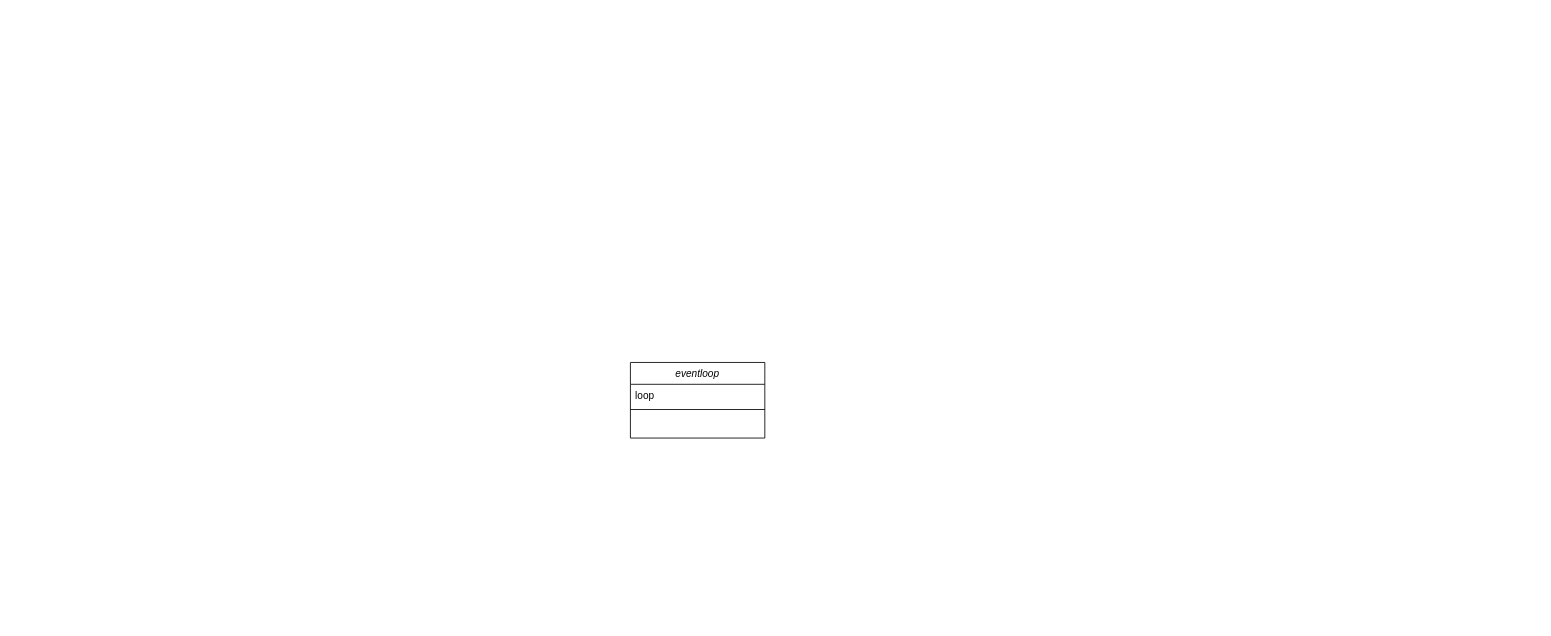
Ginkgowind/drawio keeps this draw.io diagram as 未命名绘图.drawio. Above is the earlier version. Source tidied: cells renumbered, new cells numbered last; positions are measured from the earlier drawing's top-left corner, leaving out a move shared by most shapes. Both pictures are drawn from the tidied source at 84%, with x=0, y=0 at pixel (630, 362).
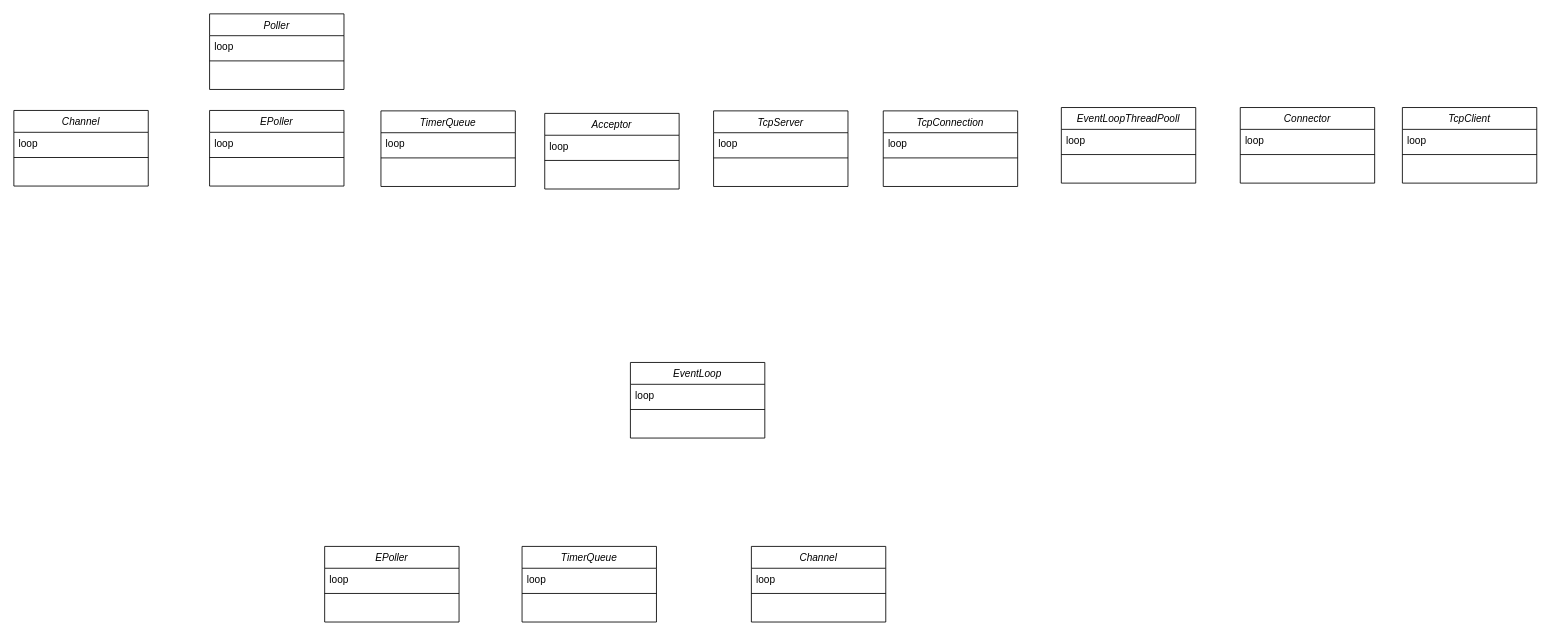
The same page after the edit.

Change to the diagram source:
```diff
@@
-    <mxCell id="2" value="eventloop" style="swimlane;fontStyle=2;align=center;verticalAlign=top;horizontal=1;startSize=26;rounded=0;shadow=0;strokeWidth=1;" parent="1" vertex="1">
+    <mxCell id="2" value="EventLoop" style="swimlane;fontStyle=2;align=center;verticalAlign=top;horizontal=1;startSize=26;rounded=0;shadow=0;strokeWidth=1;" parent="1" vertex="1">
       <mxGeometry width="160" height="90" as="geometry" />
     </mxCell>
@@
+    <mxCell id="5" value="Channel" style="swimlane;fontStyle=2;align=center;verticalAlign=top;horizontal=1;startSize=26;rounded=0;shadow=0;strokeWidth=1;" parent="1" vertex="1">
+      <mxGeometry x="-734" y="-300" width="160" height="90" as="geometry" />
+    </mxCell>
+    <mxCell id="6" value="loop" style="text;align=left;verticalAlign=top;spacingLeft=4;spacingRight=4;overflow=hidden;" parent="5" vertex="1">
+      <mxGeometry y="26" width="160" height="26" as="geometry" />
+    </mxCell>
+    <mxCell id="7" style="line;html=1;strokeWidth=1;align=left;verticalAlign=middle;spacingTop=-1;spacingLeft=3;spacingRight=3;labelPosition=right;" parent="5" vertex="1">
+      <mxGeometry y="52" width="160" height="8" as="geometry" />
+    </mxCell>
+    <mxCell id="8" value="EventLoopThreadPooll" style="swimlane;fontStyle=2;align=center;verticalAlign=top;horizontal=1;startSize=26;rounded=0;shadow=0;strokeWidth=1;" parent="1" vertex="1">
+      <mxGeometry x="513" y="-303.5" width="160" height="90" as="geometry" />
+    </mxCell>
+    <mxCell id="9" value="loop" style="text;align=left;verticalAlign=top;spacingLeft=4;spacingRight=4;overflow=hidden;" parent="8" vertex="1">
+      <mxGeometry y="26" width="160" height="26" as="geometry" />
+    </mxCell>
+    <mxCell id="10" style="line;html=1;strokeWidth=1;align=left;verticalAlign=middle;spacingTop=-1;spacingLeft=3;spacingRight=3;labelPosition=right;" parent="8" vertex="1">
+      <mxGeometry y="52" width="160" height="8" as="geometry" />
+    </mxCell>
+    <mxCell id="11" value="TcpConnection" style="swimlane;fontStyle=2;align=center;verticalAlign=top;horizontal=1;startSize=26;rounded=0;shadow=0;strokeWidth=1;" parent="1" vertex="1">
+      <mxGeometry x="301" y="-299.5" width="160" height="90" as="geometry" />
+    </mxCell>
+    <mxCell id="12" value="loop" style="text;align=left;verticalAlign=top;spacingLeft=4;spacingRight=4;overflow=hidden;" parent="11" vertex="1">
+      <mxGeometry y="26" width="160" height="26" as="geometry" />
+    </mxCell>
+    <mxCell id="13" style="line;html=1;strokeWidth=1;align=left;verticalAlign=middle;spacingTop=-1;spacingLeft=3;spacingRight=3;labelPosition=right;" parent="11" vertex="1">
+      <mxGeometry y="52" width="160" height="8" as="geometry" />
+    </mxCell>
+    <mxCell id="14" value="TcpServer" style="swimlane;fontStyle=2;align=center;verticalAlign=top;horizontal=1;startSize=26;rounded=0;shadow=0;strokeWidth=1;" parent="1" vertex="1">
+      <mxGeometry x="99" y="-299.5" width="160" height="90" as="geometry" />
+    </mxCell>
+    <mxCell id="15" value="loop" style="text;align=left;verticalAlign=top;spacingLeft=4;spacingRight=4;overflow=hidden;" parent="14" vertex="1">
+      <mxGeometry y="26" width="160" height="26" as="geometry" />
+    </mxCell>
+    <mxCell id="16" style="line;html=1;strokeWidth=1;align=left;verticalAlign=middle;spacingTop=-1;spacingLeft=3;spacingRight=3;labelPosition=right;" parent="14" vertex="1">
+      <mxGeometry y="52" width="160" height="8" as="geometry" />
+    </mxCell>
+    <mxCell id="17" value="Acceptor" style="swimlane;fontStyle=2;align=center;verticalAlign=top;horizontal=1;startSize=26;rounded=0;shadow=0;strokeWidth=1;" parent="1" vertex="1">
+      <mxGeometry x="-102" y="-296.5" width="160" height="90" as="geometry" />
+    </mxCell>
+    <mxCell id="18" value="loop" style="text;align=left;verticalAlign=top;spacingLeft=4;spacingRight=4;overflow=hidden;" parent="17" vertex="1">
+      <mxGeometry y="26" width="160" height="26" as="geometry" />
+    </mxCell>
+    <mxCell id="19" style="line;html=1;strokeWidth=1;align=left;verticalAlign=middle;spacingTop=-1;spacingLeft=3;spacingRight=3;labelPosition=right;" parent="17" vertex="1">
+      <mxGeometry y="52" width="160" height="8" as="geometry" />
+    </mxCell>
+    <mxCell id="20" value="EPoller" style="swimlane;fontStyle=2;align=center;verticalAlign=top;horizontal=1;startSize=26;rounded=0;shadow=0;strokeWidth=1;" parent="1" vertex="1">
+      <mxGeometry x="-501" y="-300" width="160" height="90" as="geometry" />
+    </mxCell>
+    <mxCell id="21" value="loop" style="text;align=left;verticalAlign=top;spacingLeft=4;spacingRight=4;overflow=hidden;" parent="20" vertex="1">
+      <mxGeometry y="26" width="160" height="26" as="geometry" />
+    </mxCell>
+    <mxCell id="22" style="line;html=1;strokeWidth=1;align=left;verticalAlign=middle;spacingTop=-1;spacingLeft=3;spacingRight=3;labelPosition=right;" parent="20" vertex="1">
+      <mxGeometry y="52" width="160" height="8" as="geometry" />
+    </mxCell>
+    <mxCell id="23" value="Poller" style="swimlane;fontStyle=2;align=center;verticalAlign=top;horizontal=1;startSize=26;rounded=0;shadow=0;strokeWidth=1;" parent="1" vertex="1">
+      <mxGeometry x="-501" y="-415" width="160" height="90" as="geometry" />
+    </mxCell>
+    <mxCell id="24" value="loop" style="text;align=left;verticalAlign=top;spacingLeft=4;spacingRight=4;overflow=hidden;" parent="23" vertex="1">
+      <mxGeometry y="26" width="160" height="26" as="geometry" />
+    </mxCell>
+    <mxCell id="25" style="line;html=1;strokeWidth=1;align=left;verticalAlign=middle;spacingTop=-1;spacingLeft=3;spacingRight=3;labelPosition=right;" parent="23" vertex="1">
+      <mxGeometry y="52" width="160" height="8" as="geometry" />
+    </mxCell>
+    <mxCell id="26" value="TcpClient" style="swimlane;fontStyle=2;align=center;verticalAlign=top;horizontal=1;startSize=26;rounded=0;shadow=0;strokeWidth=1;" parent="1" vertex="1">
+      <mxGeometry x="919" y="-303.5" width="160" height="90" as="geometry" />
+    </mxCell>
+    <mxCell id="27" value="loop" style="text;align=left;verticalAlign=top;spacingLeft=4;spacingRight=4;overflow=hidden;" parent="26" vertex="1">
+      <mxGeometry y="26" width="160" height="26" as="geometry" />
+    </mxCell>
+    <mxCell id="28" style="line;html=1;strokeWidth=1;align=left;verticalAlign=middle;spacingTop=-1;spacingLeft=3;spacingRight=3;labelPosition=right;" parent="26" vertex="1">
+      <mxGeometry y="52" width="160" height="8" as="geometry" />
+    </mxCell>
+    <mxCell id="29" value="Connector" style="swimlane;fontStyle=2;align=center;verticalAlign=top;horizontal=1;startSize=26;rounded=0;shadow=0;strokeWidth=1;" parent="1" vertex="1">
+      <mxGeometry x="726" y="-303.5" width="160" height="90" as="geometry" />
+    </mxCell>
+    <mxCell id="30" value="loop" style="text;align=left;verticalAlign=top;spacingLeft=4;spacingRight=4;overflow=hidden;" parent="29" vertex="1">
+      <mxGeometry y="26" width="160" height="26" as="geometry" />
+    </mxCell>
+    <mxCell id="31" style="line;html=1;strokeWidth=1;align=left;verticalAlign=middle;spacingTop=-1;spacingLeft=3;spacingRight=3;labelPosition=right;" parent="29" vertex="1">
+      <mxGeometry y="52" width="160" height="8" as="geometry" />
+    </mxCell>
+    <mxCell id="32" value="EPoller" style="swimlane;fontStyle=2;align=center;verticalAlign=top;horizontal=1;startSize=26;rounded=0;shadow=0;strokeWidth=1;" parent="1" vertex="1">
+      <mxGeometry x="-364" y="219" width="160" height="90" as="geometry" />
+    </mxCell>
+    <mxCell id="33" value="loop" style="text;align=left;verticalAlign=top;spacingLeft=4;spacingRight=4;overflow=hidden;" parent="32" vertex="1">
+      <mxGeometry y="26" width="160" height="26" as="geometry" />
+    </mxCell>
+    <mxCell id="34" style="line;html=1;strokeWidth=1;align=left;verticalAlign=middle;spacingTop=-1;spacingLeft=3;spacingRight=3;labelPosition=right;" parent="32" vertex="1">
+      <mxGeometry y="52" width="160" height="8" as="geometry" />
+    </mxCell>
+    <mxCell id="35" value="TimerQueue" style="swimlane;fontStyle=2;align=center;verticalAlign=top;horizontal=1;startSize=26;rounded=0;shadow=0;strokeWidth=1;" parent="1" vertex="1">
+      <mxGeometry x="-297" y="-299.5" width="160" height="90" as="geometry" />
+    </mxCell>
+    <mxCell id="36" value="loop" style="text;align=left;verticalAlign=top;spacingLeft=4;spacingRight=4;overflow=hidden;" parent="35" vertex="1">
+      <mxGeometry y="26" width="160" height="26" as="geometry" />
+    </mxCell>
+    <mxCell id="37" style="line;html=1;strokeWidth=1;align=left;verticalAlign=middle;spacingTop=-1;spacingLeft=3;spacingRight=3;labelPosition=right;" parent="35" vertex="1">
+      <mxGeometry y="52" width="160" height="8" as="geometry" />
+    </mxCell>
+    <mxCell id="38" value="TimerQueue" style="swimlane;fontStyle=2;align=center;verticalAlign=top;horizontal=1;startSize=26;rounded=0;shadow=0;strokeWidth=1;" parent="1" vertex="1">
+      <mxGeometry x="-129" y="219" width="160" height="90" as="geometry" />
+    </mxCell>
+    <mxCell id="39" value="loop" style="text;align=left;verticalAlign=top;spacingLeft=4;spacingRight=4;overflow=hidden;" parent="38" vertex="1">
+      <mxGeometry y="26" width="160" height="26" as="geometry" />
+    </mxCell>
+    <mxCell id="40" style="line;html=1;strokeWidth=1;align=left;verticalAlign=middle;spacingTop=-1;spacingLeft=3;spacingRight=3;labelPosition=right;" parent="38" vertex="1">
+      <mxGeometry y="52" width="160" height="8" as="geometry" />
+    </mxCell>
+    <mxCell id="41" value="Channel" style="swimlane;fontStyle=2;align=center;verticalAlign=top;horizontal=1;startSize=26;rounded=0;shadow=0;strokeWidth=1;" parent="1" vertex="1">
+      <mxGeometry x="144" y="219" width="160" height="90" as="geometry" />
+    </mxCell>
+    <mxCell id="42" value="loop" style="text;align=left;verticalAlign=top;spacingLeft=4;spacingRight=4;overflow=hidden;" parent="41" vertex="1">
+      <mxGeometry y="26" width="160" height="26" as="geometry" />
+    </mxCell>
+    <mxCell id="43" style="line;html=1;strokeWidth=1;align=left;verticalAlign=middle;spacingTop=-1;spacingLeft=3;spacingRight=3;labelPosition=right;" parent="41" vertex="1">
+      <mxGeometry y="52" width="160" height="8" as="geometry" />
+    </mxCell>
```
